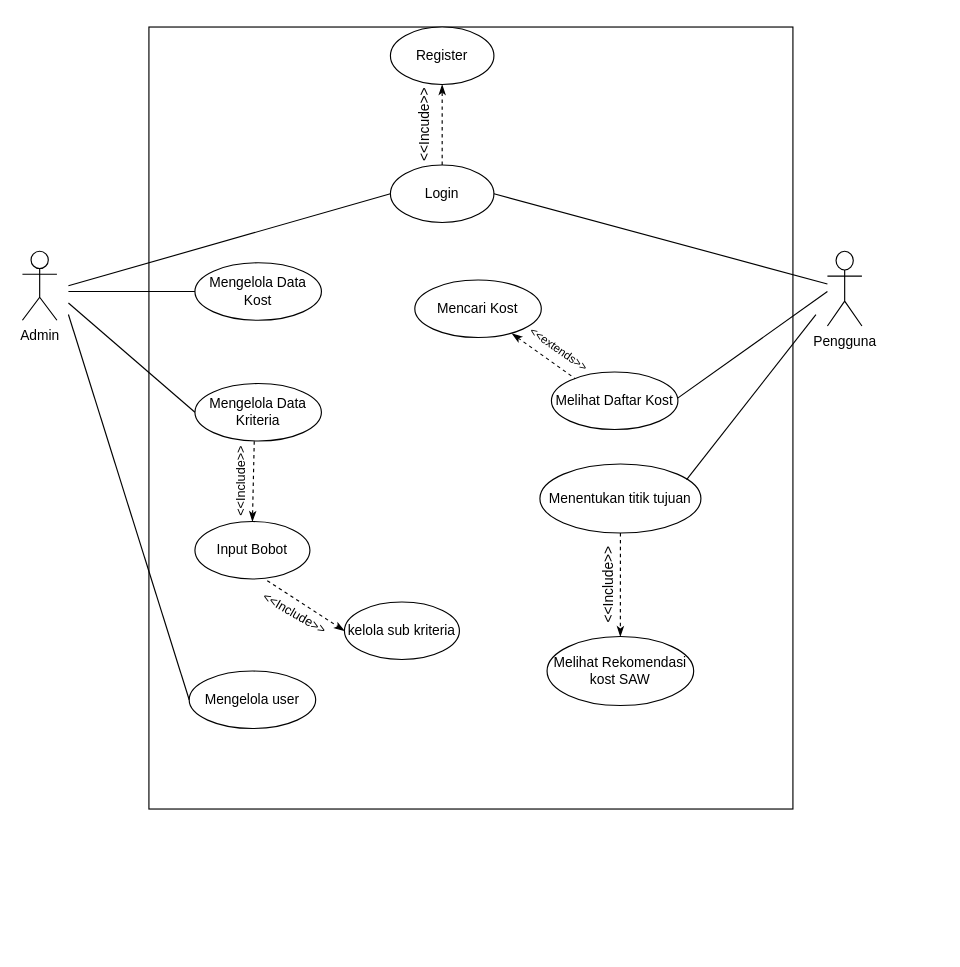
Above: page "Page-1" (1 of 2) of USE CASE KOST SAW.drawio in HANNN-YOLO/skripsi (draw.io), before the change. Source tidied: cells renumbered, new cells numbered last; positions are measured from the earlier drawing's top-left corner, leaving out a move shared by most shapes. Both pictures are drawn from the tidied source at 115%, with x=0, y=0 at pixel (22, 26).
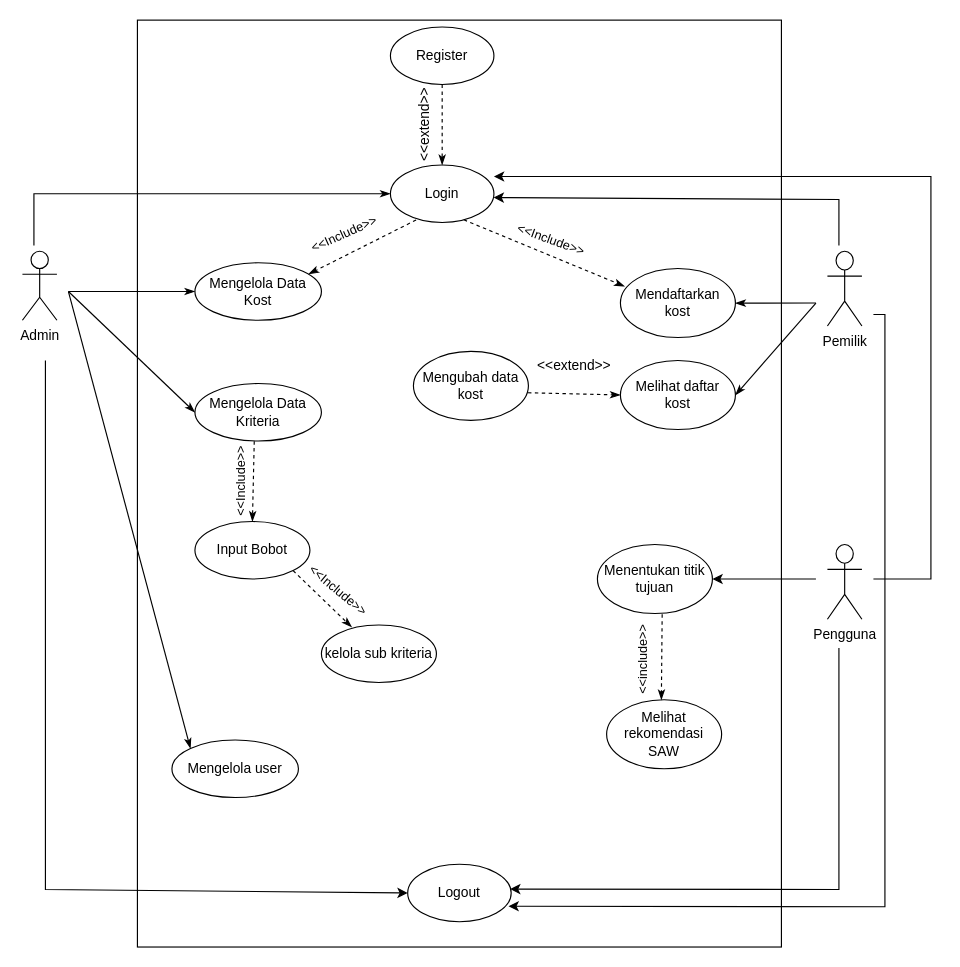
The same diagram, later.

The change refers to these unchanged cells:
```xml
<mxCell id="5" value="Login" style="ellipse;whiteSpace=wrap;html=1;" parent="1" vertex="1">
  <mxGeometry x="320" y="120" width="90" height="50" as="geometry" />
</mxCell>
<mxCell id="6" value="Register" style="ellipse;whiteSpace=wrap;html=1;" parent="1" vertex="1">
  <mxGeometry x="320" width="90" height="50" as="geometry" />
</mxCell>
<mxCell id="7" value="Mengelola Data Kost" style="ellipse;whiteSpace=wrap;html=1;" parent="1" vertex="1">
  <mxGeometry x="150" y="205" width="110" height="50" as="geometry" />
</mxCell>
<mxCell id="9" value="Mengelola Data Kriteria" style="ellipse;whiteSpace=wrap;html=1;" parent="1" vertex="1">
  <mxGeometry x="150" y="310" width="110" height="50" as="geometry" />
</mxCell>
<mxCell id="14" value="Input Bobot" style="ellipse;whiteSpace=wrap;html=1;" parent="1" vertex="1">
  <mxGeometry x="150" y="430" width="100" height="50" as="geometry" />
</mxCell>
```

Diff of the diagram source:
```diff
@@
     <mxCell id="2" style="rounded=0;whiteSpace=wrap;html=1;fillColor=none;" parent="1" vertex="1">
-      <mxGeometry x="110" width="560" height="680" as="geometry" />
+      <mxGeometry x="100" y="-6" width="560" height="806" as="geometry" />
     </mxCell>
@@
-    <mxCell id="4" value="Pengguna" style="shape=umlActor;verticalLabelPosition=bottom;verticalAlign=top;html=1;outlineConnect=0;" parent="1" vertex="1">
+    <mxCell id="4" value="Pemilik" style="shape=umlActor;verticalLabelPosition=bottom;verticalAlign=top;html=1;outlineConnect=0;" parent="1" vertex="1">
       <mxGeometry x="700" y="195" width="30" height="65" as="geometry" />
     </mxCell>
@@
     <mxCell id="8" value="Mengelola user" style="ellipse;whiteSpace=wrap;html=1;" parent="1" vertex="1">
-      <mxGeometry x="145" y="560" width="110" height="50" as="geometry" />
+      <mxGeometry x="130" y="620" width="110" height="50" as="geometry" />
     </mxCell>
@@
-    <mxCell id="10" value="Melihat Daftar Kost" style="ellipse;whiteSpace=wrap;html=1;" parent="1" vertex="1">
-      <mxGeometry x="460" y="300" width="110" height="50" as="geometry" />
-    </mxCell>
-    <mxCell id="11" value="Menentukan titik tujuan" style="ellipse;whiteSpace=wrap;html=1;" parent="1" vertex="1">
-      <mxGeometry x="450" y="380" width="140" height="60" as="geometry" />
-    </mxCell>
-    <mxCell id="12" style="endArrow=none;html=1;rounded=0;entryX=0;entryY=0.5;entryDx=0;entryDy=0;" parent="1" edge="1" target="5">
+    <mxCell id="12" style="endArrow=classicThin;html=1;rounded=0;endFill=1;" parent="1" edge="1" target="5">
       <mxGeometry relative="1" as="geometry">
-        <mxPoint x="40" y="225" as="sourcePoint" />
+        <mxPoint x="10" y="190" as="sourcePoint" />
+        <Array as="points">
+          <mxPoint x="10" y="145" />
+        </Array>
       </mxGeometry>
     </mxCell>
-    <mxCell id="13" value="&amp;lt;&amp;lt;Incude&amp;gt;&amp;gt;" style="text;html=1;align=center;verticalAlign=middle;whiteSpace=wrap;rounded=0;rotation=-90;" parent="1" vertex="1">
+    <mxCell id="13" value="&amp;lt;&amp;lt;extend&amp;gt;&amp;gt;" style="text;html=1;align=center;verticalAlign=middle;whiteSpace=wrap;rounded=0;rotation=-90;" parent="1" vertex="1">
       <mxGeometry x="320" y="70" width="60" height="30" as="geometry" />
     </mxCell>
@@
-    <mxCell id="15" style="endArrow=none;html=1;rounded=0;entryX=0;entryY=0.5;entryDx=0;entryDy=0;" parent="1" edge="1" target="7">
+    <mxCell id="15" style="endArrow=classicThin;html=1;rounded=0;entryX=0;entryY=0.5;entryDx=0;entryDy=0;endFill=1;" parent="1" edge="1" target="7">
       <mxGeometry relative="1" as="geometry">
         <mxPoint x="40" y="230" as="sourcePoint" />
       </mxGeometry>
     </mxCell>
-    <mxCell id="16" style="endArrow=none;html=1;rounded=0;entryX=0;entryY=0.5;entryDx=0;entryDy=0;" parent="1" edge="1" target="9">
+    <mxCell id="16" style="endArrow=classicThin;html=1;rounded=0;entryX=0;entryY=0.5;entryDx=0;entryDy=0;endFill=1;" parent="1" edge="1" target="9">
       <mxGeometry relative="1" as="geometry">
-        <mxPoint x="40" y="240" as="sourcePoint" />
+        <mxPoint x="40" y="230" as="sourcePoint" />
       </mxGeometry>
     </mxCell>
-    <mxCell id="17" style="endArrow=none;html=1;rounded=0;entryX=0;entryY=0.5;entryDx=0;entryDy=0;" parent="1" edge="1" target="8">
+    <mxCell id="17" style="endArrow=classicThin;html=1;rounded=0;entryX=0;entryY=0;entryDx=0;entryDy=0;endFill=1;" parent="1" edge="1" target="8">
       <mxGeometry relative="1" as="geometry">
-        <mxPoint x="40" y="250" as="sourcePoint" />
+        <mxPoint x="40" y="230" as="sourcePoint" />
       </mxGeometry>
     </mxCell>
-    <mxCell id="18" style="endArrow=none;html=1;rounded=0;exitX=1;exitY=0.5;exitDx=0;exitDy=0;" parent="1" edge="1" source="5" target="4">
-      <mxGeometry relative="1" as="geometry" />
+    <mxCell id="18" style="endArrow=none;html=1;rounded=0;startArrow=classic;startFill=1;exitX=0.997;exitY=0.566;exitDx=0;exitDy=0;exitPerimeter=0;" parent="1" edge="1" source="5">
+      <mxGeometry relative="1" as="geometry">
+        <mxPoint x="710" y="190" as="targetPoint" />
+        <Array as="points">
+          <mxPoint x="710" y="150" />
+        </Array>
+      </mxGeometry>
     </mxCell>
-    <mxCell id="19" style="endArrow=none;html=1;rounded=0;exitX=0.998;exitY=0.454;exitDx=0;exitDy=0;exitPerimeter=0;" parent="1" edge="1" source="10">
-      <mxGeometry relative="1" as="geometry">
-        <mxPoint x="700" y="230" as="targetPoint" />
-      </mxGeometry>
-    </mxCell>
-    <mxCell id="20" style="endArrow=none;html=1;rounded=0;exitX=0.911;exitY=0.227;exitDx=0;exitDy=0;exitPerimeter=0;" parent="1" edge="1" source="11">
-      <mxGeometry relative="1" as="geometry">
-        <mxPoint x="690" y="250" as="targetPoint" />
-      </mxGeometry>
-    </mxCell>
@@
-    <mxCell id="22" value="Mencari Kost" style="ellipse;whiteSpace=wrap;html=1;" parent="1" vertex="1">
-      <mxGeometry x="341.2" y="220" width="110" height="50" as="geometry" />
-    </mxCell>
-    <mxCell id="23" value="&lt;font style=&quot;font-size: 10px;&quot;&gt;&amp;lt;&amp;lt;extends&amp;gt;&amp;gt;&lt;/font&gt;" style="text;html=1;align=center;verticalAlign=middle;whiteSpace=wrap;rounded=0;rotation=35;" parent="1" vertex="1">
-      <mxGeometry x="440" y="265" width="53.8" height="30" as="geometry" />
-    </mxCell>
-    <mxCell id="24" value="Melihat Rekomendasi kost SAW" style="ellipse;whiteSpace=wrap;html=1;" parent="1" vertex="1">
-      <mxGeometry x="456.2" y="530" width="127.5" height="60" as="geometry" />
-    </mxCell>
-    <mxCell id="25" value="&amp;lt;&amp;lt;Include&amp;gt;&amp;gt;" style="text;html=1;align=center;verticalAlign=middle;whiteSpace=wrap;rounded=0;rotation=-90;" parent="1" vertex="1">
-      <mxGeometry x="480" y="470" width="60" height="30" as="geometry" />
-    </mxCell>
     <mxCell id="26" value="kelola sub kriteria" style="ellipse;whiteSpace=wrap;html=1;" parent="1" vertex="1">
-      <mxGeometry x="280" y="500" width="100" height="50" as="geometry" />
+      <mxGeometry x="260" y="520" width="100" height="50" as="geometry" />
     </mxCell>
-    <mxCell id="27" value="&amp;lt;&amp;lt;Include&amp;gt;&amp;gt;" style="text;html=1;align=center;verticalAlign=middle;whiteSpace=wrap;rounded=0;rotation=30;fontSize=11;" parent="1" vertex="1">
-      <mxGeometry x="227" y="500" width="20" height="20" as="geometry" />
-    </mxCell>
-    <mxCell id="28" style="endArrow=classicThin;dashed=1;html=1;rounded=0;exitX=0.5;exitY=1;exitDx=0;exitDy=0;entryX=0.5;entryY=0;entryDx=0;entryDy=0;endFill=1;" parent="1" edge="1" source="11" target="24">
-      <mxGeometry relative="1" as="geometry" />
-    </mxCell>
-    <mxCell id="29" style="endArrow=classicThin;dashed=1;html=1;rounded=0;exitX=0.5;exitY=0;exitDx=0;exitDy=0;entryX=0.5;entryY=1;entryDx=0;entryDy=0;endFill=1;" parent="1" edge="1" source="5" target="6">
-      <mxGeometry relative="1" as="geometry" />
+    <mxCell id="29" style="endArrow=classicThin;dashed=1;html=1;rounded=0;endFill=1;" parent="1" edge="1">
+      <mxGeometry relative="1" as="geometry">
+        <mxPoint x="365" y="50" as="sourcePoint" />
+        <mxPoint x="365" y="120" as="targetPoint" />
+      </mxGeometry>
     </mxCell>
-    <mxCell id="30" style="endArrow=none;dashed=1;html=1;rounded=0;exitX=0.768;exitY=0.932;exitDx=0;exitDy=0;entryX=0.985;entryY=0.94;entryDx=0;entryDy=0;startArrow=classicThin;startFill=1;exitPerimeter=0;entryPerimeter=0;" parent="1" edge="1" source="22" target="23">
-      <mxGeometry relative="1" as="geometry" />
-    </mxCell>
-    <mxCell id="31" style="endArrow=classicThin;dashed=1;html=1;rounded=0;exitX=0.629;exitY=1.029;exitDx=0;exitDy=0;entryX=0;entryY=0.5;entryDx=0;entryDy=0;endFill=1;exitPerimeter=0;" parent="1" edge="1" source="14" target="26">
+    <mxCell id="31" style="endArrow=classicThin;dashed=1;html=1;rounded=0;exitX=1;exitY=1;exitDx=0;exitDy=0;entryX=0.264;entryY=0.038;entryDx=0;entryDy=0;endFill=1;entryPerimeter=0;" parent="1" edge="1" source="14" target="26">
       <mxGeometry relative="1" as="geometry" />
     </mxCell>
@@
+    <mxCell id="33" value="Logout" style="ellipse;whiteSpace=wrap;html=1;" parent="1" vertex="1">
+      <mxGeometry x="335" y="728" width="90" height="50" as="geometry" />
+    </mxCell>
+    <mxCell id="34" value="Pengguna" style="shape=umlActor;verticalLabelPosition=bottom;verticalAlign=top;html=1;" parent="1" vertex="1">
+      <mxGeometry x="700" y="450" width="30" height="65" as="geometry" />
+    </mxCell>
+    <mxCell id="35" value="Mendaftarkan kost" style="ellipse;whiteSpace=wrap;html=1;" parent="1" vertex="1">
+      <mxGeometry x="520" y="210" width="100" height="60" as="geometry" />
+    </mxCell>
+    <mxCell id="36" style="endArrow=classicThin;dashed=1;html=1;rounded=0;exitX=0.709;exitY=0.953;exitDx=0;exitDy=0;entryX=0.036;entryY=0.258;entryDx=0;entryDy=0;endFill=1;exitPerimeter=0;entryPerimeter=0;" parent="1" edge="1" source="5" target="35">
+      <mxGeometry relative="1" as="geometry" />
+    </mxCell>
+    <mxCell id="37" value="&amp;lt;&amp;lt;Include&amp;gt;&amp;gt;" style="text;html=1;align=center;verticalAlign=middle;whiteSpace=wrap;rounded=0;rotation=20;fontSize=11;" parent="1" vertex="1">
+      <mxGeometry x="450" y="175" width="20" height="20" as="geometry" />
+    </mxCell>
+    <mxCell id="38" value="Melihat daftar kost" style="ellipse;whiteSpace=wrap;html=1;" parent="1" vertex="1">
+      <mxGeometry x="520" y="290" width="100" height="60" as="geometry" />
+    </mxCell>
+    <mxCell id="39" style="endArrow=none;html=1;rounded=0;exitX=0.98;exitY=0.67;exitDx=0;exitDy=0;exitPerimeter=0;startArrow=classicThin;startFill=1;" parent="1" edge="1">
+      <mxGeometry relative="1" as="geometry">
+        <mxPoint x="620" y="240.1" as="sourcePoint" />
+        <mxPoint x="690" y="240" as="targetPoint" />
+      </mxGeometry>
+    </mxCell>
+    <mxCell id="40" style="endArrow=none;html=1;rounded=0;exitX=1;exitY=0.5;exitDx=0;exitDy=0;startArrow=classicThin;startFill=1;" parent="1" edge="1" source="38">
+      <mxGeometry relative="1" as="geometry">
+        <mxPoint x="690" y="240" as="targetPoint" />
+      </mxGeometry>
+    </mxCell>
+    <mxCell id="41" value="&amp;lt;&amp;lt;Include&amp;gt;&amp;gt;" style="text;html=1;align=center;verticalAlign=middle;whiteSpace=wrap;rounded=0;rotation=40;fontSize=11;" parent="1" vertex="1">
+      <mxGeometry x="265" y="480" width="20" height="20" as="geometry" />
+    </mxCell>
+    <mxCell id="42" value="Mengubah data kost" style="ellipse;whiteSpace=wrap;html=1;" parent="1" vertex="1">
+      <mxGeometry x="340" y="282" width="100" height="60" as="geometry" />
+    </mxCell>
+    <mxCell id="11" value="Menentukan titik tujuan" style="ellipse;whiteSpace=wrap;html=1;" parent="1" vertex="1">
+      <mxGeometry x="500" y="450" width="100" height="60" as="geometry" />
+    </mxCell>
+    <mxCell id="43" value="Melihat rekomendasi SAW" style="ellipse;whiteSpace=wrap;html=1;" parent="1" vertex="1">
+      <mxGeometry x="508" y="585" width="100" height="60" as="geometry" />
+    </mxCell>
+    <mxCell id="44" style="endArrow=classic;html=1;rounded=0;entryX=0;entryY=0.5;entryDx=0;entryDy=0;" parent="1" edge="1" target="33">
+      <mxGeometry relative="1" as="geometry">
+        <mxPoint x="20" y="290" as="sourcePoint" />
+        <Array as="points">
+          <mxPoint x="20" y="750" />
+        </Array>
+      </mxGeometry>
+    </mxCell>
+    <mxCell id="45" style="endArrow=classic;html=1;rounded=0;entryX=0.974;entryY=0.73;entryDx=0;entryDy=0;entryPerimeter=0;" parent="1" edge="1" target="33">
+      <mxGeometry relative="1" as="geometry">
+        <mxPoint x="740" y="250" as="sourcePoint" />
+        <Array as="points">
+          <mxPoint x="750" y="250" />
+          <mxPoint x="750" y="765" />
+        </Array>
+      </mxGeometry>
+    </mxCell>
+    <mxCell id="46" style="endArrow=classic;html=1;rounded=0;entryX=0.99;entryY=0.433;entryDx=0;entryDy=0;entryPerimeter=0;" parent="1" edge="1" target="33">
+      <mxGeometry relative="1" as="geometry">
+        <mxPoint x="710" y="540" as="sourcePoint" />
+        <Array as="points">
+          <mxPoint x="710" y="750" />
+        </Array>
+      </mxGeometry>
+    </mxCell>
+    <mxCell id="47" style="endArrow=classicThin;dashed=1;html=1;rounded=0;exitX=0.248;exitY=0.956;exitDx=0;exitDy=0;entryX=0.899;entryY=0.197;entryDx=0;entryDy=0;endFill=1;exitPerimeter=0;entryPerimeter=0;" parent="1" edge="1" source="5" target="7">
+      <mxGeometry relative="1" as="geometry" />
+    </mxCell>
+    <mxCell id="48" value="&amp;lt;&amp;lt;Include&amp;gt;&amp;gt;" style="text;html=1;align=center;verticalAlign=middle;whiteSpace=wrap;rounded=0;rotation=-24;fontSize=11;" parent="1" vertex="1">
+      <mxGeometry x="270" y="170" width="20" height="20" as="geometry" />
+    </mxCell>
+    <mxCell id="49" style="endArrow=classic;html=1;rounded=0;" parent="1" edge="1">
+      <mxGeometry relative="1" as="geometry">
+        <mxPoint x="690" y="480" as="sourcePoint" />
+        <mxPoint x="600" y="480" as="targetPoint" />
+      </mxGeometry>
+    </mxCell>
+    <mxCell id="50" style="endArrow=classicThin;dashed=1;html=1;rounded=0;endFill=1;exitX=0.996;exitY=0.6;exitDx=0;exitDy=0;exitPerimeter=0;" parent="1" edge="1" source="42">
+      <mxGeometry relative="1" as="geometry">
+        <mxPoint x="520" y="320" as="targetPoint" />
+      </mxGeometry>
+    </mxCell>
+    <mxCell id="51" value="&amp;lt;&amp;lt;extend&amp;gt;&amp;gt;" style="text;html=1;align=center;verticalAlign=middle;whiteSpace=wrap;rounded=0;rotation=0;" parent="1" vertex="1">
+      <mxGeometry x="450" y="280" width="60" height="30" as="geometry" />
+    </mxCell>
+    <mxCell id="52" style="endArrow=classicThin;dashed=1;html=1;rounded=0;exitX=0.563;exitY=1.012;exitDx=0;exitDy=0;endFill=1;exitPerimeter=0;entryX=0.476;entryY=0.002;entryDx=0;entryDy=0;entryPerimeter=0;" parent="1" edge="1" source="11" target="43">
+      <mxGeometry relative="1" as="geometry" />
+    </mxCell>
+    <mxCell id="53" value="&amp;lt;&amp;lt;include&amp;gt;&amp;gt;" style="text;html=1;align=center;verticalAlign=middle;whiteSpace=wrap;rounded=0;rotation=-90;fontSize=11;" parent="1" vertex="1">
+      <mxGeometry x="530" y="540" width="20" height="20" as="geometry" />
+    </mxCell>
+    <mxCell id="54" style="endArrow=classic;html=1;rounded=0;" parent="1" edge="1">
+      <mxGeometry relative="1" as="geometry">
+        <mxPoint x="740" y="480" as="sourcePoint" />
+        <mxPoint x="410" y="130" as="targetPoint" />
+        <Array as="points">
+          <mxPoint x="790" y="480" />
+          <mxPoint x="790" y="130" />
+        </Array>
+      </mxGeometry>
+    </mxCell>
```
